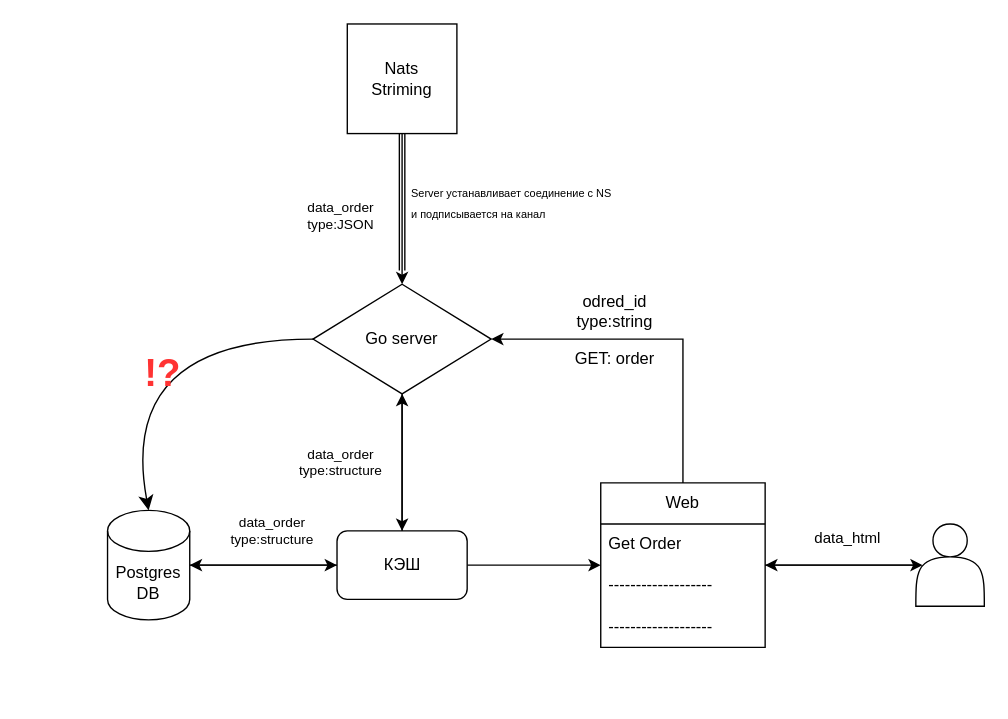
This is diagramm_WB_L0.drawio from ArtEmerged/L0_WB, a draw.io file, before an edit. Source tidied: cells renumbered, new cells numbered last; positions are measured from the earlier drawing's top-left corner, leaving out a move shared by most shapes. Both pictures are drawn from the tidied source at 137%, with x=0, y=0 at pixel (107, 23).
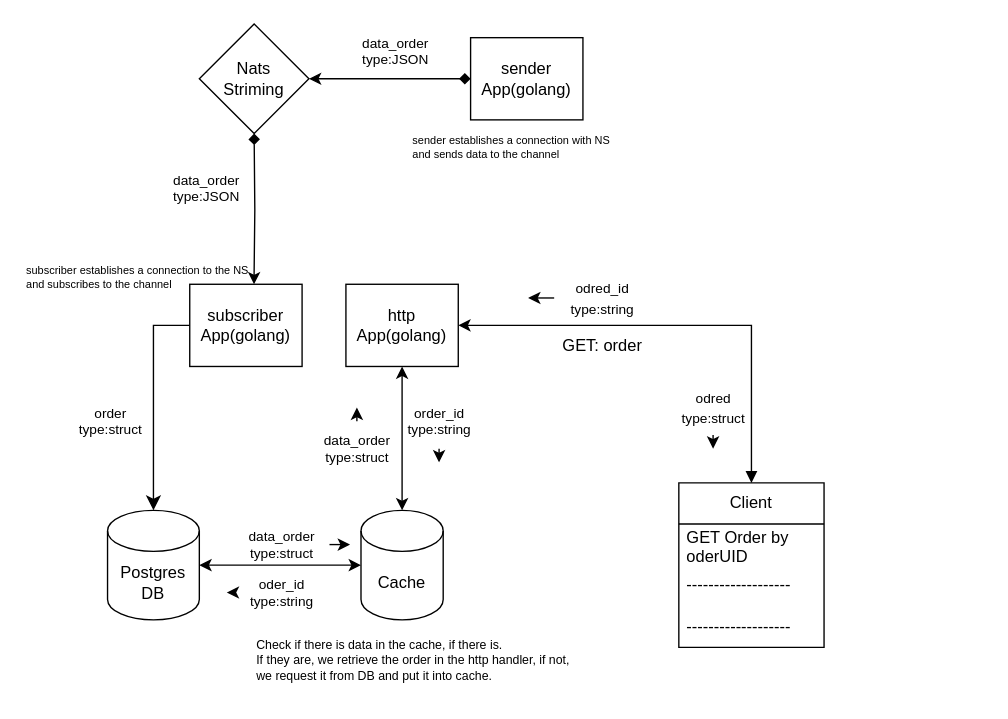
Above is the later version.

The edit, as a diff of the source:
```diff
@@
-    <mxCell id="2" style="edgeStyle=orthogonalEdgeStyle;rounded=0;jettySize=auto;html=1;exitX=1;exitY=0.5;exitDx=0;exitDy=0;exitPerimeter=0;entryX=0;entryY=0.5;entryDx=0;entryDy=0;" parent="1" edge="1" source="3" target="12">
-      <mxGeometry relative="1" as="geometry" />
-    </mxCell>
     <mxCell id="3" value="Postgres&lt;br&gt;DB" style="shape=cylinder3;whiteSpace=wrap;html=1;boundedLbl=1;backgroundOutline=1;size=15;" parent="1" vertex="1">
-      <mxGeometry y="355" width="60" height="80" as="geometry" />
+      <mxGeometry y="355" width="67" height="80" as="geometry" />
     </mxCell>
-    <mxCell id="4" style="edgeStyle=orthogonalEdgeStyle;rounded=0;jettySize=auto;html=1;entryX=0.5;entryY=0;entryDx=0;entryDy=0;" parent="1" edge="1" source="5" target="12">
-      <mxGeometry relative="1" as="geometry" />
-    </mxCell>
-    <mxCell id="5" value="Go server" style="rhombus;whiteSpace=wrap;html=1;" parent="1" vertex="1">
-      <mxGeometry x="150" y="190" width="130" height="80" as="geometry" />
-    </mxCell>
-    <mxCell id="6" style="edgeStyle=orthogonalEdgeStyle;rounded=0;jettySize=auto;html=1;entryX=0.5;entryY=0;entryDx=0;entryDy=0;" parent="1" edge="1" source="7" target="5">
-      <mxGeometry relative="1" as="geometry" />
+    <mxCell id="6" style="edgeStyle=orthogonalEdgeStyle;rounded=0;jettySize=auto;html=1;entryX=0.572;entryY=0.001;entryDx=0;entryDy=0;entryPerimeter=0;startArrow=diamond;startFill=1;" parent="1" edge="1" target="33">
+      <mxGeometry relative="1" as="geometry">
+        <mxPoint x="107" y="80" as="sourcePoint" />
+      </mxGeometry>
     </mxCell>
-    <mxCell id="7" value="Nats &lt;br&gt;Striming" style="whiteSpace=wrap;html=1;" parent="1" vertex="1">
-      <mxGeometry x="175" width="80" height="80" as="geometry" />
-    </mxCell>
-    <mxCell id="8" value="&lt;font style=&quot;font-size: 8px;&quot;&gt;Server устанавливает соединение с NS&lt;br&gt;и подписывается на канал&lt;br&gt;&lt;/font&gt;" style="text;html=1;align=left;verticalAlign=middle;strokeColor=none;fillColor=none;" parent="1" vertex="1">
-      <mxGeometry x="220" y="110" width="170" height="40" as="geometry" />
+    <mxCell id="8" value="&lt;font style=&quot;font-size: 8px;&quot;&gt;&lt;div style=&quot;&quot;&gt;subscriber establishes a connection to the NS&lt;/div&gt;&lt;div style=&quot;&quot;&gt;and subscribes to the channel&lt;/div&gt;&lt;/font&gt;" style="text;html=1;align=left;verticalAlign=middle;strokeColor=none;fillColor=none;" parent="1" vertex="1">
+      <mxGeometry x="-61.5" y="170" width="190" height="30" as="geometry" />
     </mxCell>
-    <mxCell id="9" style="edgeStyle=orthogonalEdgeStyle;rounded=0;jettySize=auto;html=1;exitX=0;exitY=0.5;exitDx=0;exitDy=0;" parent="1" edge="1" source="12" target="3">
-      <mxGeometry relative="1" as="geometry" />
-    </mxCell>
-    <mxCell id="10" style="edgeStyle=orthogonalEdgeStyle;rounded=0;jettySize=auto;html=1;" parent="1" edge="1" source="12" target="17">
-      <mxGeometry relative="1" as="geometry" />
-    </mxCell>
-    <mxCell id="11" style="edgeStyle=orthogonalEdgeStyle;rounded=0;jettySize=auto;html=1;entryX=0.5;entryY=1;entryDx=0;entryDy=0;" parent="1" edge="1" source="12" target="5">
-      <mxGeometry relative="1" as="geometry" />
-    </mxCell>
-    <mxCell id="12" value="КЭШ" style="rounded=1;whiteSpace=wrap;html=1;" parent="1" vertex="1">
-      <mxGeometry x="167.5" y="370" width="95" height="50" as="geometry" />
-    </mxCell>
-    <mxCell id="13" style="edgeStyle=orthogonalEdgeStyle;rounded=0;jettySize=auto;html=1;" parent="1" edge="1" source="14" target="17">
-      <mxGeometry relative="1" as="geometry" />
-    </mxCell>
-    <mxCell id="14" style="shape=actor;whiteSpace=wrap;html=1;" parent="1" vertex="1">
-      <mxGeometry x="590" y="365" width="50" height="60" as="geometry" />
-    </mxCell>
-    <mxCell id="15" style="shape=link;html=1;rounded=0;exitX=0.5;exitY=1;exitDx=0;exitDy=0;" parent="1" edge="1" source="7">
-      <mxGeometry relative="1" as="geometry">
-        <mxPoint x="215" y="180" as="targetPoint" />
-      </mxGeometry>
-    </mxCell>
-    <mxCell id="16" style="edgeStyle=orthogonalEdgeStyle;rounded=0;jettySize=auto;html=1;entryX=1;entryY=0.5;entryDx=0;entryDy=0;" parent="1" edge="1" source="17" target="5">
+    <mxCell id="16" style="edgeStyle=orthogonalEdgeStyle;rounded=0;jettySize=auto;html=1;entryX=1;entryY=0.5;entryDx=0;entryDy=0;startArrow=block;startFill=1;" parent="1" edge="1" source="17" target="34">
       <mxGeometry relative="1" as="geometry">
         <Array as="points">
-          <mxPoint x="420" y="230" />
+          <mxPoint x="470" y="220" />
         </Array>
       </mxGeometry>
     </mxCell>
-    <mxCell id="17" value="Web" style="swimlane;fontStyle=0;horizontal=1;startSize=30;whiteSpace=wrap;html=1;" parent="1" vertex="1">
-      <mxGeometry x="360" y="335" width="120" height="120" as="geometry" />
+    <mxCell id="17" value="Client" style="swimlane;fontStyle=0;horizontal=1;startSize=30;whiteSpace=wrap;html=1;" parent="1" vertex="1">
+      <mxGeometry x="417" y="335" width="106" height="120" as="geometry" />
     </mxCell>
-    <mxCell id="18" value="Get Order" style="text;strokeColor=none;fillColor=none;align=left;verticalAlign=middle;spacingLeft=4;spacingRight=4;overflow=hidden;whiteSpace=wrap;html=1;" parent="17" vertex="1">
-      <mxGeometry y="30" width="120" height="30" as="geometry" />
+    <mxCell id="18" value="GET Order by oderUID" style="text;strokeColor=none;fillColor=none;align=left;verticalAlign=middle;spacingLeft=4;spacingRight=4;overflow=hidden;whiteSpace=wrap;html=1;" parent="17" vertex="1">
+      <mxGeometry y="30" width="106" height="30" as="geometry" />
     </mxCell>
     <mxCell id="19" value="-------------------" style="text;strokeColor=none;fillColor=none;align=left;verticalAlign=middle;spacingLeft=4;spacingRight=4;overflow=hidden;whiteSpace=wrap;html=1;" parent="17" vertex="1">
-      <mxGeometry y="60" width="120" height="30" as="geometry" />
+      <mxGeometry y="60" width="106" height="30" as="geometry" />
     </mxCell>
     <mxCell id="20" value="-------------------" style="text;strokeColor=none;fillColor=none;align=left;verticalAlign=middle;spacingLeft=4;spacingRight=4;overflow=hidden;whiteSpace=wrap;html=1;" parent="17" vertex="1">
-      <mxGeometry y="90" width="120" height="30" as="geometry" />
+      <mxGeometry y="90" width="106" height="30" as="geometry" />
     </mxCell>
-    <mxCell id="21" style="edgeStyle=orthogonalEdgeStyle;rounded=0;jettySize=auto;html=1;entryX=0.1;entryY=0.5;entryDx=0;entryDy=0;entryPerimeter=0;" parent="1" edge="1" source="17" target="14">
-      <mxGeometry relative="1" as="geometry" />
-    </mxCell>
+    <mxCell id="30" style="edgeStyle=none;html=1;" parent="1" edge="1" source="22">
+      <mxGeometry relative="1" as="geometry">
+        <mxPoint x="182" y="280" as="targetPoint" />
+      </mxGeometry>
+    </mxCell>
-    <mxCell id="22" value="data_order&lt;br&gt;type:structure" style="text;html=1;align=center;verticalAlign=middle;points=[];strokeColor=none;fillColor=none;fontSize=10;" parent="1" vertex="1">
-      <mxGeometry x="130" y="300" width="80" height="40" as="geometry" />
+    <mxCell id="22" value="data_order&lt;br&gt;type:struct" style="text;html=1;align=center;verticalAlign=middle;points=[];strokeColor=none;fillColor=none;fontSize=10;" parent="1" vertex="1">
+      <mxGeometry x="147" y="290" width="70" height="40" as="geometry" />
     </mxCell>
     <mxCell id="23" value="data_order&lt;br&gt;type:JSON" style="text;html=1;align=center;verticalAlign=middle;strokeColor=none;fillColor=none;fontSize=10;" parent="1" vertex="1">
-      <mxGeometry x="135" y="120" width="70" height="40" as="geometry" />
+      <mxGeometry x="37" y="100" width="70" height="40" as="geometry" />
     </mxCell>
+    <mxCell id="31" style="edgeStyle=none;html=1;" parent="1" edge="1" source="24">
+      <mxGeometry relative="1" as="geometry">
+        <mxPoint x="177" y="380" as="targetPoint" />
+      </mxGeometry>
+    </mxCell>
-    <mxCell id="24" value="data_order&lt;br&gt;type:structure" style="text;html=1;align=center;verticalAlign=middle;points=[];strokeColor=none;fillColor=none;fontSize=10;" parent="1" vertex="1">
-      <mxGeometry x="80" y="350" width="80" height="40" as="geometry" />
+    <mxCell id="24" value="data_order&lt;br&gt;type:struct" style="text;html=1;align=center;verticalAlign=middle;points=[];strokeColor=none;fillColor=none;fontSize=10;" parent="1" vertex="1">
+      <mxGeometry x="92" y="360" width="70" height="40" as="geometry" />
     </mxCell>
+    <mxCell id="32" style="edgeStyle=none;html=1;" parent="1" edge="1" source="25">
+      <mxGeometry relative="1" as="geometry">
+        <mxPoint x="307" y="200" as="targetPoint" />
+      </mxGeometry>
+    </mxCell>
-    <mxCell id="25" value="odred_id&lt;br&gt;type:string" style="text;html=1;align=center;verticalAlign=middle;points=[];strokeColor=none;fillColor=none;" parent="1" vertex="1">
-      <mxGeometry x="330" y="190" width="80" height="40" as="geometry" />
+    <mxCell id="25" value="&lt;font style=&quot;font-size: 10px;&quot;&gt;odred_id&lt;br&gt;type:string&lt;/font&gt;" style="text;html=1;align=center;verticalAlign=middle;points=[];strokeColor=none;fillColor=none;" parent="1" vertex="1">
+      <mxGeometry x="326" y="180" width="70" height="40" as="geometry" />
     </mxCell>
-    <mxCell id="26" value="data_html" style="text;html=1;align=center;verticalAlign=middle;strokeColor=none;fillColor=none;fontSize=11;" parent="1" vertex="1">
-      <mxGeometry x="505" y="360" width="70" height="30" as="geometry" />
-    </mxCell>
     <mxCell id="27" value="GET: order" style="text;html=1;align=center;verticalAlign=middle;strokeColor=none;fillColor=none;" parent="1" vertex="1">
-      <mxGeometry x="330" y="230" width="80" height="30" as="geometry" />
+      <mxGeometry x="321" y="220" width="80" height="30" as="geometry" />
     </mxCell>
-    <mxCell id="28" style="edgeStyle=none;curved=1;rounded=0;jettySize=auto;html=1;entryX=0.5;entryY=0;entryDx=0;entryDy=0;entryPerimeter=0;fontSize=12;startSize=8;endSize=8;exitX=0;exitY=0.5;exitDx=0;exitDy=0;" parent="1" edge="1" source="5" target="3">
-      <mxGeometry relative="1" as="geometry">
-        <Array as="points">
-          <mxPoint x="7" y="230" />
-        </Array>
-      </mxGeometry>
-    </mxCell>
-    <mxCell id="29" value="&lt;font color=&quot;#ff3333&quot; style=&quot;font-size: 28px;&quot;&gt;&lt;b&gt;!?&lt;/b&gt;&lt;/font&gt;" style="text;html=1;align=center;verticalAlign=middle;strokeColor=none;fillColor=none;fontSize=16;" parent="1" vertex="1">
-      <mxGeometry x="15" y="230" width="50" height="50" as="geometry" />
-    </mxCell>
+    <mxCell id="33" value="subscriber App(golang)" style="rounded=0;whiteSpace=wrap;html=1;" parent="1" vertex="1">
+      <mxGeometry x="60" y="190" width="82" height="60" as="geometry" />
+    </mxCell>
+    <mxCell id="34" value="http App(golang)" style="rounded=0;whiteSpace=wrap;html=1;" parent="1" vertex="1">
+      <mxGeometry x="174" y="190" width="82" height="60" as="geometry" />
+    </mxCell>
+    <mxCell id="35" style="edgeStyle=segmentEdgeStyle;endArrow=classic;html=1;curved=0;rounded=0;endSize=8;startSize=8;exitX=0;exitY=0.5;exitDx=0;exitDy=0;entryX=0.5;entryY=0;entryDx=0;entryDy=0;entryPerimeter=0;" parent="1" edge="1" source="33" target="3">
+      <mxGeometry relative="1" as="geometry" />
+    </mxCell>
+    <mxCell id="36" value="Cache" style="shape=cylinder3;whiteSpace=wrap;html=1;boundedLbl=1;backgroundOutline=1;size=15;" parent="1" vertex="1">
+      <mxGeometry x="185" y="355" width="60" height="80" as="geometry" />
+    </mxCell>
+    <mxCell id="37" style="endArrow=classic;startArrow=classic;html=1;entryX=0.5;entryY=1;entryDx=0;entryDy=0;exitX=0.5;exitY=0;exitDx=0;exitDy=0;exitPerimeter=0;" parent="1" edge="1" source="36" target="34">
+      <mxGeometry relative="1" as="geometry" />
+    </mxCell>
+    <mxCell id="38" style="endArrow=classic;startArrow=classic;html=1;entryX=0;entryY=0.5;entryDx=0;entryDy=0;entryPerimeter=0;exitX=1;exitY=0.5;exitDx=0;exitDy=0;exitPerimeter=0;" parent="1" edge="1" source="3" target="36">
+      <mxGeometry relative="1" as="geometry" />
+    </mxCell>
+    <mxCell id="39" style="edgeStyle=none;html=1;" parent="1" edge="1" source="40">
+      <mxGeometry relative="1" as="geometry">
+        <mxPoint x="242" y="320" as="targetPoint" />
+      </mxGeometry>
+    </mxCell>
+    <mxCell id="40" value="order_id&lt;br&gt;type:string" style="text;html=1;align=center;verticalAlign=middle;points=[];strokeColor=none;fillColor=none;fontSize=10;" parent="1" vertex="1">
+      <mxGeometry x="207" y="270" width="70" height="40" as="geometry" />
+    </mxCell>
+    <mxCell id="41" style="edgeStyle=none;html=1;" parent="1" edge="1" source="42">
+      <mxGeometry relative="1" as="geometry">
+        <mxPoint x="87" y="415" as="targetPoint" />
+      </mxGeometry>
+    </mxCell>
+    <mxCell id="42" value="oder_id&lt;br&gt;type:string" style="text;html=1;align=center;verticalAlign=middle;points=[];strokeColor=none;fillColor=none;fontSize=10;" parent="1" vertex="1">
+      <mxGeometry x="92" y="395" width="70" height="40" as="geometry" />
+    </mxCell>
+    <mxCell id="43" style="edgeStyle=none;html=1;fontSize=10;startArrow=none;startFill=0;" parent="1" edge="1" source="44">
+      <mxGeometry relative="1" as="geometry">
+        <mxPoint x="442" y="310" as="targetPoint" />
+      </mxGeometry>
+    </mxCell>
+    <mxCell id="44" value="&lt;font style=&quot;font-size: 10px;&quot;&gt;odred&lt;br&gt;type:struct&lt;/font&gt;" style="text;html=1;align=center;verticalAlign=middle;points=[];strokeColor=none;fillColor=none;" parent="1" vertex="1">
+      <mxGeometry x="407" y="260" width="70" height="40" as="geometry" />
+    </mxCell>
+    <mxCell id="7" value="Nats&lt;br&gt;Striming" style="rhombus;whiteSpace=wrap;html=1;" parent="1" vertex="1">
+      <mxGeometry x="67" width="80" height="80" as="geometry" />
+    </mxCell>
+    <mxCell id="45" style="edgeStyle=none;html=1;entryX=1;entryY=0.5;entryDx=0;entryDy=0;startArrow=diamond;startFill=1;" parent="1" edge="1" source="46" target="7">
+      <mxGeometry relative="1" as="geometry" />
+    </mxCell>
+    <mxCell id="46" value="sender App(golang)" style="rounded=0;whiteSpace=wrap;html=1;" parent="1" vertex="1">
+      <mxGeometry x="265" y="10" width="82" height="60" as="geometry" />
+    </mxCell>
+    <mxCell id="47" value="data_order&lt;br&gt;type:JSON" style="text;html=1;align=center;verticalAlign=middle;strokeColor=none;fillColor=none;fontSize=10;" parent="1" vertex="1">
+      <mxGeometry x="175" width="70" height="40" as="geometry" />
+    </mxCell>
+    <mxCell id="48" value="&lt;font style=&quot;font-size: 8px;&quot;&gt;&lt;div style=&quot;&quot;&gt;sender establishes a connection with NS&lt;/div&gt;&lt;div style=&quot;&quot;&gt;and sends data to the channel&lt;/div&gt;&lt;/font&gt;" style="text;html=1;align=left;verticalAlign=middle;strokeColor=none;fillColor=none;" parent="1" vertex="1">
+      <mxGeometry x="221" y="75" width="170" height="30" as="geometry" />
+    </mxCell>
+    <mxCell id="49" value="&lt;div style=&quot;font-size: 9px;&quot;&gt;&lt;font style=&quot;font-size: 9px;&quot;&gt;Check if there is data in the cache, if there is.&lt;/font&gt;&lt;/div&gt;&lt;div style=&quot;font-size: 9px;&quot;&gt;&lt;font style=&quot;font-size: 9px;&quot;&gt;If they are, we retrieve the order in the http handler, if not,&amp;nbsp;&lt;/font&gt;&lt;/div&gt;&lt;div style=&quot;font-size: 9px;&quot;&gt;&lt;font style=&quot;font-size: 9px;&quot;&gt;we request it from DB and put it into cache.&lt;/font&gt;&lt;/div&gt;" style="text;html=1;align=left;verticalAlign=middle;strokeColor=none;fillColor=none;" parent="1" vertex="1">
+      <mxGeometry x="107" y="440" width="250" height="50" as="geometry" />
+    </mxCell>
+    <mxCell id="50" value="order&lt;br&gt;type:struct" style="text;html=1;align=center;verticalAlign=middle;strokeColor=none;fillColor=none;fontSize=10;" parent="1" vertex="1">
+      <mxGeometry x="-33" y="270" width="70" height="40" as="geometry" />
+    </mxCell>
```
